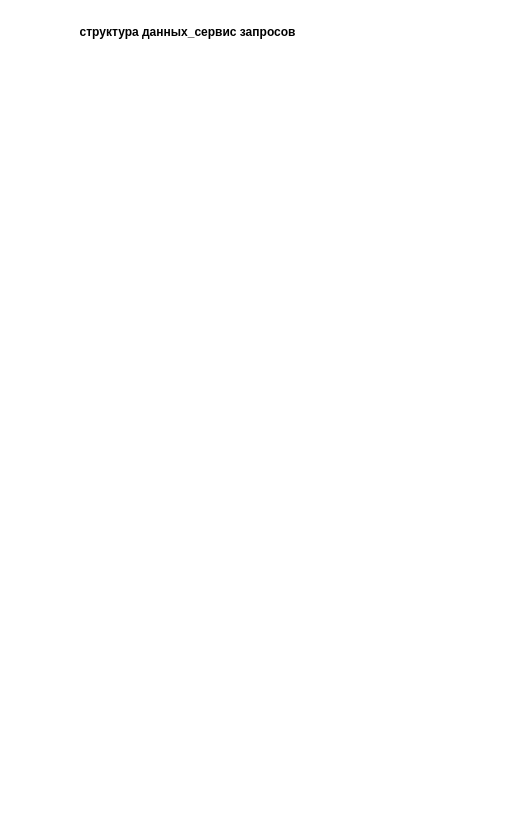
Earlier version of the draw.io diagram page "Страница 2" (2 of 2) of Диаграмма структура данных сервис каталога.drawio (emauter/GB_mysql). Source tidied: cells renumbered, new cells numbered last; positions are measured from the earlier drawing's top-left corner, leaving out a move shared by most shapes. Both pictures are drawn from the tidied source at 100%, with x=0, y=0 at pixel (67, 17).
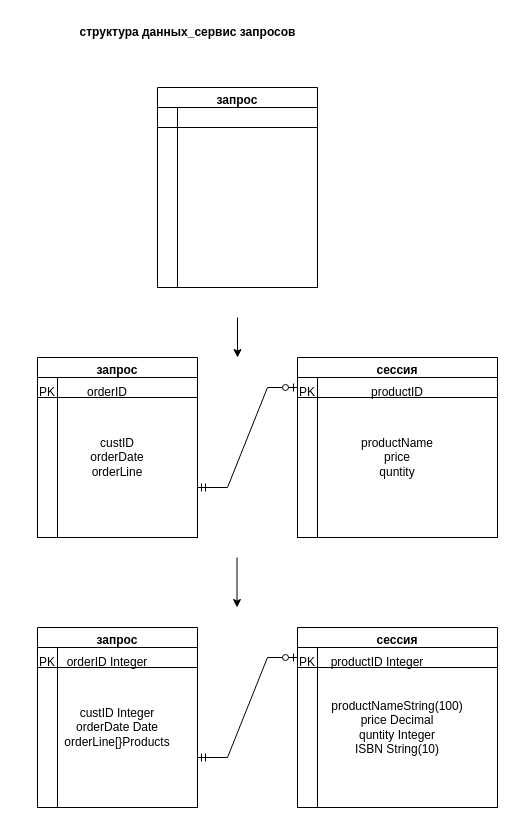
Above is the later version.

Change to the diagram source:
```diff
@@
+    <mxCell id="3" value="сессия" style="swimlane;" parent="1" vertex="1">
+      <mxGeometry x="230" y="340" width="200" height="180" as="geometry" />
+    </mxCell>
+    <mxCell id="4" value="productName&lt;br&gt;price&lt;br&gt;quntity" style="shape=internalStorage;whiteSpace=wrap;html=1;backgroundOutline=1;" parent="3" vertex="1">
+      <mxGeometry y="20" width="200" height="160" as="geometry" />
+    </mxCell>
+    <mxCell id="5" value="PK" style="text;html=1;strokeColor=none;fillColor=none;align=center;verticalAlign=middle;whiteSpace=wrap;rounded=0;" parent="3" vertex="1">
+      <mxGeometry x="-20" y="20" width="60" height="30" as="geometry" />
+    </mxCell>
+    <mxCell id="6" value="productID" style="text;html=1;strokeColor=none;fillColor=none;align=center;verticalAlign=middle;whiteSpace=wrap;rounded=0;" parent="3" vertex="1">
+      <mxGeometry x="70" y="20" width="60" height="30" as="geometry" />
+    </mxCell>
+    <mxCell id="7" value="запрос" style="swimlane;" parent="1" vertex="1">
+      <mxGeometry x="90" y="70" width="160" height="200" as="geometry" />
+    </mxCell>
+    <mxCell id="8" style="shape=internalStorage;whiteSpace=wrap;html=1;backgroundOutline=1;" parent="7" vertex="1">
+      <mxGeometry y="20" width="160" height="180" as="geometry" />
+    </mxCell>
+    <mxCell id="9" style="endArrow=classic;html=1;rounded=0;" parent="7" edge="1">
+      <mxGeometry relative="1" as="geometry">
+        <mxPoint x="80" y="230" as="sourcePoint" />
+        <mxPoint x="80" y="270" as="targetPoint" />
+      </mxGeometry>
+    </mxCell>
+    <mxCell id="10" value="запрос" style="swimlane;" parent="1" vertex="1">
+      <mxGeometry x="-30" y="340" width="160" height="180" as="geometry" />
+    </mxCell>
+    <mxCell id="11" value="custID&lt;br&gt;orderDate&lt;br&gt;orderLine" style="shape=internalStorage;whiteSpace=wrap;html=1;backgroundOutline=1;" parent="10" vertex="1">
+      <mxGeometry y="20" width="160" height="160" as="geometry" />
+    </mxCell>
+    <mxCell id="12" value="PK" style="text;html=1;strokeColor=none;fillColor=none;align=center;verticalAlign=middle;whiteSpace=wrap;rounded=0;" parent="10" vertex="1">
+      <mxGeometry x="-20" y="20" width="60" height="30" as="geometry" />
+    </mxCell>
+    <mxCell id="13" value="orderID" style="text;html=1;strokeColor=none;fillColor=none;align=center;verticalAlign=middle;whiteSpace=wrap;rounded=0;" parent="10" vertex="1">
+      <mxGeometry x="40" y="20" width="60" height="30" as="geometry" />
+    </mxCell>
+    <mxCell id="14" value="запрос" style="swimlane;" parent="1" vertex="1">
+      <mxGeometry x="-30" y="610" width="160" height="180" as="geometry" />
+    </mxCell>
+    <mxCell id="15" value="custID Integer&lt;br&gt;orderDate Date&lt;br&gt;orderLine[}Products" style="shape=internalStorage;whiteSpace=wrap;html=1;backgroundOutline=1;" parent="14" vertex="1">
+      <mxGeometry y="20" width="160" height="160" as="geometry" />
+    </mxCell>
+    <mxCell id="16" value="PK" style="text;html=1;strokeColor=none;fillColor=none;align=center;verticalAlign=middle;whiteSpace=wrap;rounded=0;" parent="14" vertex="1">
+      <mxGeometry x="-20" y="20" width="60" height="30" as="geometry" />
+    </mxCell>
+    <mxCell id="17" value="orderID Integer" style="text;html=1;strokeColor=none;fillColor=none;align=center;verticalAlign=middle;whiteSpace=wrap;rounded=0;" parent="14" vertex="1">
+      <mxGeometry x="20" y="20" width="100" height="30" as="geometry" />
+    </mxCell>
+    <mxCell id="18" value="сессия" style="swimlane;" parent="1" vertex="1">
+      <mxGeometry x="230" y="610" width="200" height="180" as="geometry" />
+    </mxCell>
+    <mxCell id="19" value="productNameString(100)&lt;br&gt;price Decimal&lt;br&gt;quntity Integer&lt;br&gt;ISBN String(10)" style="shape=internalStorage;whiteSpace=wrap;html=1;backgroundOutline=1;" parent="18" vertex="1">
+      <mxGeometry y="20" width="200" height="160" as="geometry" />
+    </mxCell>
+    <mxCell id="20" value="PK" style="text;html=1;strokeColor=none;fillColor=none;align=center;verticalAlign=middle;whiteSpace=wrap;rounded=0;" parent="18" vertex="1">
+      <mxGeometry x="-20" y="20" width="60" height="30" as="geometry" />
+    </mxCell>
+    <mxCell id="21" value="productID Integer" style="text;html=1;strokeColor=none;fillColor=none;align=center;verticalAlign=middle;whiteSpace=wrap;rounded=0;" parent="18" vertex="1">
+      <mxGeometry x="30" y="20" width="100" height="30" as="geometry" />
+    </mxCell>
+    <mxCell id="22" style="edgeStyle=entityRelationEdgeStyle;fontSize=12;html=1;endArrow=ERzeroToOne;startArrow=ERmandOne;rounded=0;" parent="1" edge="1">
+      <mxGeometry relative="1" as="geometry">
+        <mxPoint x="130" y="740" as="sourcePoint" />
+        <mxPoint x="230" y="640" as="targetPoint" />
+      </mxGeometry>
+    </mxCell>
+    <mxCell id="23" style="edgeStyle=entityRelationEdgeStyle;fontSize=12;html=1;endArrow=ERzeroToOne;startArrow=ERmandOne;rounded=0;" parent="1" edge="1">
+      <mxGeometry relative="1" as="geometry">
+        <mxPoint x="130" y="470" as="sourcePoint" />
+        <mxPoint x="230" y="370" as="targetPoint" />
+      </mxGeometry>
+    </mxCell>
+    <mxCell id="24" style="endArrow=classic;html=1;rounded=0;" parent="1" edge="1">
+      <mxGeometry relative="1" as="geometry">
+        <mxPoint x="169.5" y="540" as="sourcePoint" />
+        <mxPoint x="169.5" y="590" as="targetPoint" />
+      </mxGeometry>
+    </mxCell>
```
